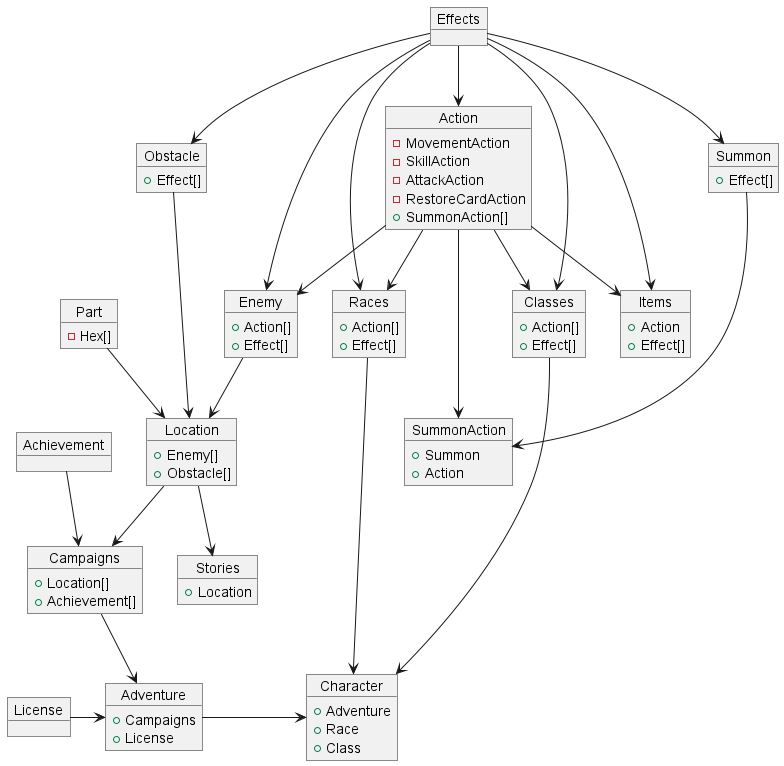
This is graph/insertPriorityGraph.png from Trails-Through-Shadows/TTS-Database, a PlantUML export, as it was before one commit.
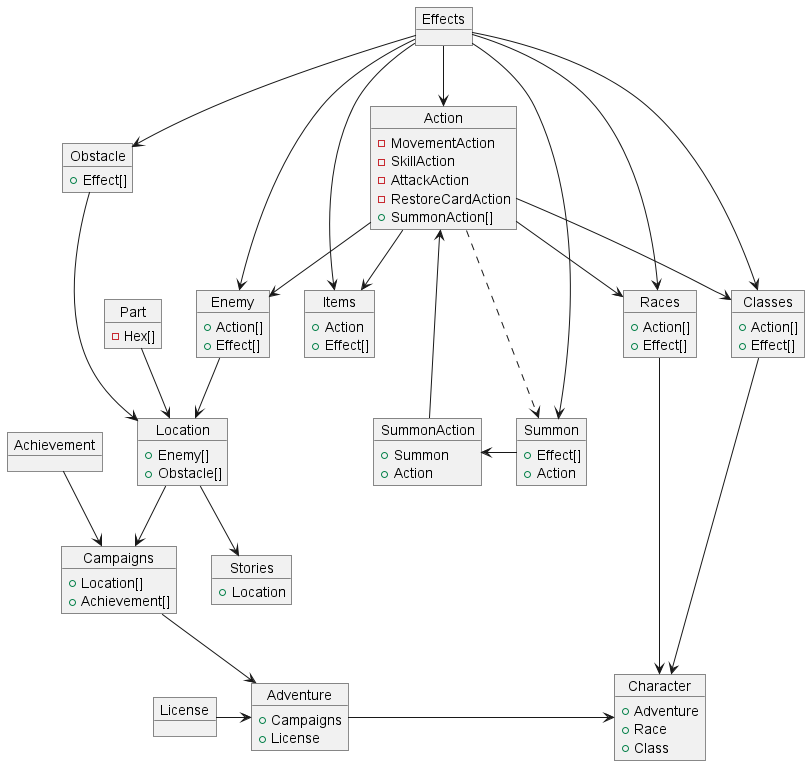
The same diagram one commit later.

Change to the diagram source:
```diff
@@ -7,11 +7,6 @@
 }
 object License
 
-object Summon {
-    +Effect[]
-}
-Effects --> Summon
-
 object Action {
     -MovementAction
     -SkillAction
@@ -20,6 +15,13 @@
     +SummonAction[]
 }
 Effects --> Action
+
+object Summon {
+    +Effect[]
+    +Action
+}
+Effects --> Summon
+Action -[dashed]> Summon
 
 object Classes {
     +Action[]
@@ -71,8 +73,8 @@
     +Summon
     +Action
 }
-Action ---> SummonAction
-Summon --> SummonAction
+Action <--- SummonAction
+Summon --l> SummonAction
 
 object Campaigns {
     +Location[]
```
